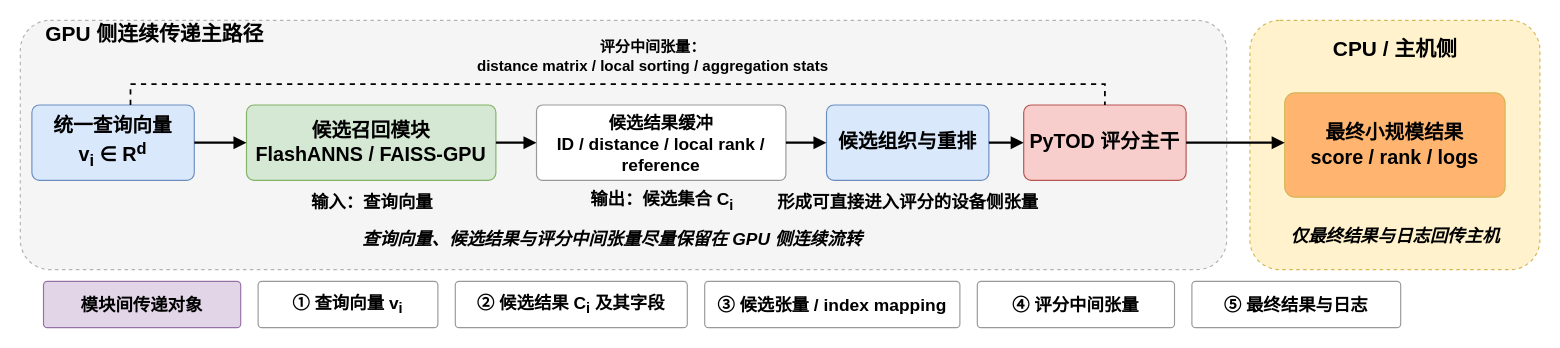
Before: figures/fig3-4_intermediate_results_transfer.drawio in HuangEven/latex-template, a draw.io diagram. Source tidied: cells renumbered, new cells numbered last; positions are measured from the earlier drawing's top-left corner, leaving out a move shared by most shapes. Both pictures are drawn from the tidied source at 116%, with x=0, y=0 at pixel (20, 20).
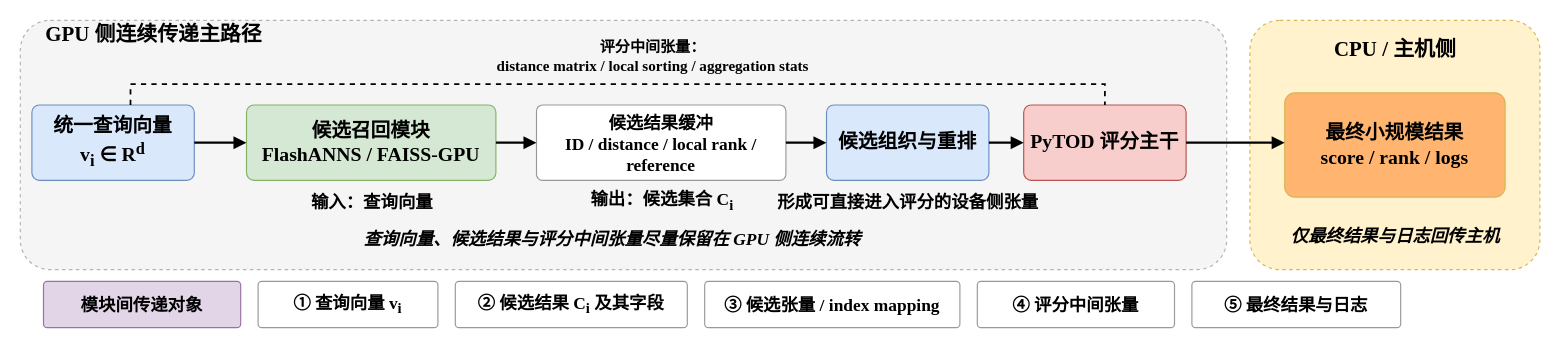
After the change.

What changed in the source:
```diff
@@
-    <mxCell id="2" style="rounded=1;whiteSpace=wrap;html=1;fillColor=#f5f5f5;strokeColor=#b3b3b3;dashed=1;arcSize=12;fontFamily=Helvetica;fontColor=#000000;fontStyle=1;" parent="1" vertex="1">
+    <mxCell id="2" style="rounded=1;whiteSpace=wrap;html=1;fillColor=#f5f5f5;strokeColor=#b3b3b3;dashed=1;arcSize=12;fontFamily=Times New Roman;fontColor=#000000;fontStyle=1;" parent="1" vertex="1">
       <mxGeometry width="1040" height="215" as="geometry" />
     </mxCell>
-    <mxCell id="3" style="rounded=1;whiteSpace=wrap;html=1;fillColor=#fff2cc;strokeColor=#d6b656;dashed=1;arcSize=12;fontFamily=Helvetica;fontColor=#000000;fontStyle=1;" parent="1" vertex="1">
+    <mxCell id="3" style="rounded=1;whiteSpace=wrap;html=1;fillColor=#fff2cc;strokeColor=#d6b656;dashed=1;arcSize=12;fontFamily=Times New Roman;fontColor=#000000;fontStyle=1;" parent="1" vertex="1">
       <mxGeometry x="1060" width="250" height="215" as="geometry" />
     </mxCell>
-    <mxCell id="4" value="&lt;font style=&quot;&quot;&gt;GPU 侧连续传递主路径&lt;/font&gt;" style="text;html=1;strokeColor=none;fillColor=none;align=left;verticalAlign=middle;fontStyle=1;fontSize=18;fontColor=#000000;fontFamily=Helvetica;" parent="1" vertex="1">
+    <mxCell id="4" value="&lt;font style=&quot;&quot;&gt;GPU 侧连续传递主路径&lt;/font&gt;" style="text;html=1;strokeColor=none;fillColor=none;align=left;verticalAlign=middle;fontStyle=1;fontSize=18;fontColor=#000000;fontFamily=Times New Roman;" parent="1" vertex="1">
       <mxGeometry x="20" width="260" height="24" as="geometry" />
     </mxCell>
-    <mxCell id="5" value="CPU / 主机侧" style="text;html=1;strokeColor=none;fillColor=none;align=center;verticalAlign=middle;fontStyle=1;fontSize=18;fontColor=#000000;fontFamily=Helvetica;" parent="1" vertex="1">
+    <mxCell id="5" value="CPU / 主机侧" style="text;html=1;strokeColor=none;fillColor=none;align=center;verticalAlign=middle;fontStyle=1;fontSize=18;fontColor=#000000;fontFamily=Times New Roman;" parent="1" vertex="1">
       <mxGeometry x="1105" y="13" width="160" height="24" as="geometry" />
     </mxCell>
-    <mxCell id="6" value="统一查询向量&lt;br&gt;&lt;span&gt;v&lt;sub&gt;i&lt;/sub&gt; ∈ R&lt;sup&gt;d&lt;/sup&gt;&lt;/span&gt;" style="rounded=1;whiteSpace=wrap;html=1;arcSize=10;fillColor=#dae8fc;strokeColor=#6c8ebf;fontSize=17;fontStyle=1;fontFamily=Helvetica;fontColor=#000000;" parent="1" vertex="1">
+    <mxCell id="6" value="统一查询向量&lt;br&gt;&lt;span&gt;v&lt;sub&gt;i&lt;/sub&gt; ∈ R&lt;sup&gt;d&lt;/sup&gt;&lt;/span&gt;" style="rounded=1;whiteSpace=wrap;html=1;arcSize=10;fillColor=#dae8fc;strokeColor=#6c8ebf;fontSize=17;fontStyle=1;fontFamily=Times New Roman;fontColor=#000000;" parent="1" vertex="1">
       <mxGeometry x="10" y="73" width="140" height="65" as="geometry" />
     </mxCell>
-    <mxCell id="7" value="候选召回模块&lt;br&gt;&lt;span&gt;FlashANNS / FAISS-GPU&lt;/span&gt;" style="rounded=1;whiteSpace=wrap;html=1;arcSize=10;fillColor=#d5e8d4;strokeColor=#82b366;fontSize=17;fontStyle=1;fontFamily=Helvetica;fontColor=#000000;" parent="1" vertex="1">
+    <mxCell id="7" value="候选召回模块&lt;br&gt;&lt;span&gt;FlashANNS / FAISS-GPU&lt;/span&gt;" style="rounded=1;whiteSpace=wrap;html=1;arcSize=10;fillColor=#d5e8d4;strokeColor=#82b366;fontSize=17;fontStyle=1;fontFamily=Times New Roman;fontColor=#000000;" parent="1" vertex="1">
       <mxGeometry x="195" y="73" width="215" height="65" as="geometry" />
     </mxCell>
-    <mxCell id="8" value="候选结果缓冲&lt;br&gt;&lt;span&gt;ID / distance / local rank / reference&lt;/span&gt;" style="rounded=1;whiteSpace=wrap;html=1;arcSize=8;fillColor=#ffffff;strokeColor=#999999;fontSize=15;fontFamily=Helvetica;fontColor=#000000;fontStyle=1;" parent="1" vertex="1">
+    <mxCell id="8" value="候选结果缓冲&lt;br&gt;&lt;span&gt;ID / distance / local rank / reference&lt;/span&gt;" style="rounded=1;whiteSpace=wrap;html=1;arcSize=8;fillColor=#ffffff;strokeColor=#999999;fontSize=15;fontFamily=Times New Roman;fontColor=#000000;fontStyle=1;" parent="1" vertex="1">
       <mxGeometry x="445" y="73" width="215" height="65" as="geometry" />
     </mxCell>
-    <mxCell id="9" value="候选组织与重排" style="rounded=1;whiteSpace=wrap;html=1;arcSize=10;fillColor=#dae8fc;strokeColor=#6c8ebf;fontSize=17;fontStyle=1;fontFamily=Helvetica;fontColor=#000000;" parent="1" vertex="1">
+    <mxCell id="9" value="候选组织与重排" style="rounded=1;whiteSpace=wrap;html=1;arcSize=10;fillColor=#dae8fc;strokeColor=#6c8ebf;fontSize=17;fontStyle=1;fontFamily=Times New Roman;fontColor=#000000;" parent="1" vertex="1">
       <mxGeometry x="695" y="73" width="140" height="65" as="geometry" />
     </mxCell>
-    <mxCell id="10" value="PyTOD 评分主干" style="rounded=1;whiteSpace=wrap;html=1;arcSize=10;fillColor=#f8cecc;strokeColor=#b85450;fontSize=17;fontStyle=1;fontFamily=Helvetica;fontColor=#000000;" parent="1" vertex="1">
+    <mxCell id="10" value="PyTOD 评分主干" style="rounded=1;whiteSpace=wrap;html=1;arcSize=10;fillColor=#f8cecc;strokeColor=#b85450;fontSize=17;fontStyle=1;fontFamily=Times New Roman;fontColor=#000000;" parent="1" vertex="1">
       <mxGeometry x="865" y="73" width="140" height="65" as="geometry" />
     </mxCell>
-    <mxCell id="11" value="最终小规模结果&lt;br&gt;&lt;span&gt;score / rank / logs&lt;/span&gt;" style="rounded=1;whiteSpace=wrap;html=1;arcSize=10;fillColor=#FFB570;strokeColor=#d6b656;fontSize=17;fontStyle=1;fontFamily=Helvetica;fontColor=#000000;" parent="1" vertex="1">
+    <mxCell id="11" value="最终小规模结果&lt;br&gt;&lt;span&gt;score / rank / logs&lt;/span&gt;" style="rounded=1;whiteSpace=wrap;html=1;arcSize=10;fillColor=#FFB570;strokeColor=#d6b656;fontSize=17;fontStyle=1;fontFamily=Times New Roman;fontColor=#000000;" parent="1" vertex="1">
       <mxGeometry x="1090" y="62.5" width="190" height="90" as="geometry" />
     </mxCell>
-    <mxCell id="12" value="输入：查询向量" style="text;html=1;strokeColor=none;fillColor=none;align=center;verticalAlign=middle;fontSize=15;fontColor=#000000;fontFamily=Helvetica;fontStyle=1;" parent="1" vertex="1">
+    <mxCell id="12" value="输入：查询向量" style="text;html=1;strokeColor=none;fillColor=none;align=center;verticalAlign=middle;fontSize=15;fontColor=#000000;fontFamily=Times New Roman;fontStyle=1;" parent="1" vertex="1">
       <mxGeometry x="200" y="145" width="205" height="22" as="geometry" />
     </mxCell>
-    <mxCell id="13" value="输出：候选集合 C&lt;sub&gt;i&lt;/sub&gt;" style="text;html=1;strokeColor=none;fillColor=none;align=center;verticalAlign=middle;fontSize=15;fontColor=#000000;fontFamily=Helvetica;fontStyle=1;" parent="1" vertex="1">
+    <mxCell id="13" value="输出：候选集合 C&lt;sub&gt;i&lt;/sub&gt;" style="text;html=1;strokeColor=none;fillColor=none;align=center;verticalAlign=middle;fontSize=15;fontColor=#000000;fontFamily=Times New Roman;fontStyle=1;" parent="1" vertex="1">
       <mxGeometry x="462.5" y="145" width="180" height="22" as="geometry" />
     </mxCell>
-    <mxCell id="14" value="形成可直接进入评分的设备侧张量" style="text;html=1;strokeColor=none;fillColor=none;align=center;verticalAlign=middle;fontSize=15;fontColor=#000000;fontFamily=Helvetica;fontStyle=1;" parent="1" vertex="1">
+    <mxCell id="14" value="形成可直接进入评分的设备侧张量" style="text;html=1;strokeColor=none;fillColor=none;align=center;verticalAlign=middle;fontSize=15;fontColor=#000000;fontFamily=Times New Roman;fontStyle=1;" parent="1" vertex="1">
       <mxGeometry x="640" y="145" width="250" height="22" as="geometry" />
     </mxCell>
-    <mxCell id="15" value="&lt;span&gt;评分中间张量：&lt;/span&gt;&lt;div&gt;&lt;span&gt;distance matrix / local sorting / aggregation stats&lt;/span&gt;&lt;/div&gt;" style="text;html=1;strokeColor=none;fillColor=none;align=center;verticalAlign=middle;fontSize=13;fontColor=#000000;fontFamily=Helvetica;fontStyle=1;" parent="1" vertex="1">
+    <mxCell id="15" value="&lt;span&gt;评分中间张量：&lt;/span&gt;&lt;div&gt;&lt;span&gt;distance matrix / local sorting / aggregation stats&lt;/span&gt;&lt;/div&gt;" style="text;html=1;strokeColor=none;fillColor=none;align=center;verticalAlign=middle;fontSize=13;fontColor=#000000;fontFamily=Times New Roman;fontStyle=1;" parent="1" vertex="1">
       <mxGeometry x="395" y="13" width="300" height="36" as="geometry" />
     </mxCell>
-    <mxCell id="16" value="查询向量、候选结果与评分中间张量尽量保留在 GPU 侧连续流转" style="text;html=1;strokeColor=none;fillColor=none;align=center;verticalAlign=middle;fontSize=15;fontColor=#000000;fontStyle=3;fontFamily=Helvetica;" parent="1" vertex="1">
+    <mxCell id="16" value="查询向量、候选结果与评分中间张量尽量保留在 GPU 侧连续流转" style="text;html=1;strokeColor=none;fillColor=none;align=center;verticalAlign=middle;fontSize=15;fontColor=#000000;fontStyle=3;fontFamily=Times New Roman;" parent="1" vertex="1">
       <mxGeometry x="185" y="175" width="650" height="26" as="geometry" />
     </mxCell>
-    <mxCell id="17" value="仅最终结果与日志回传主机" style="text;html=1;strokeColor=none;fillColor=none;align=center;verticalAlign=middle;fontSize=15;fontColor=#000000;fontStyle=3;fontFamily=Helvetica;" parent="1" vertex="1">
+    <mxCell id="17" value="仅最终结果与日志回传主机" style="text;html=1;strokeColor=none;fillColor=none;align=center;verticalAlign=middle;fontSize=15;fontColor=#000000;fontStyle=3;fontFamily=Times New Roman;" parent="1" vertex="1">
       <mxGeometry x="1075" y="173" width="220" height="26" as="geometry" />
     </mxCell>
-    <mxCell id="18" style="edgeStyle=orthogonalEdgeStyle;rounded=0;jettySize=auto;html=1;strokeWidth=2;endArrow=block;endFill=1;strokeColor=#000000;fontFamily=Helvetica;fontColor=#000000;fontStyle=1;" parent="1" edge="1" source="6" target="7">
+    <mxCell id="18" style="edgeStyle=orthogonalEdgeStyle;rounded=0;jettySize=auto;html=1;strokeWidth=2;endArrow=block;endFill=1;strokeColor=#000000;fontFamily=Times New Roman;fontColor=#000000;fontStyle=1;" parent="1" edge="1" source="6" target="7">
       <mxGeometry relative="1" as="geometry" />
     </mxCell>
-    <mxCell id="19" style="edgeStyle=orthogonalEdgeStyle;rounded=0;jettySize=auto;html=1;strokeWidth=2;endArrow=block;endFill=1;strokeColor=#000000;fontFamily=Helvetica;fontColor=#000000;fontStyle=1;" parent="1" edge="1" source="7" target="8">
+    <mxCell id="19" style="edgeStyle=orthogonalEdgeStyle;rounded=0;jettySize=auto;html=1;strokeWidth=2;endArrow=block;endFill=1;strokeColor=#000000;fontFamily=Times New Roman;fontColor=#000000;fontStyle=1;" parent="1" edge="1" source="7" target="8">
       <mxGeometry relative="1" as="geometry" />
     </mxCell>
-    <mxCell id="20" style="edgeStyle=orthogonalEdgeStyle;rounded=0;jettySize=auto;html=1;strokeWidth=2;endArrow=block;endFill=1;strokeColor=#000000;fontFamily=Helvetica;fontColor=#000000;fontStyle=1;" parent="1" edge="1" source="8" target="9">
+    <mxCell id="20" style="edgeStyle=orthogonalEdgeStyle;rounded=0;jettySize=auto;html=1;strokeWidth=2;endArrow=block;endFill=1;strokeColor=#000000;fontFamily=Times New Roman;fontColor=#000000;fontStyle=1;" parent="1" edge="1" source="8" target="9">
       <mxGeometry relative="1" as="geometry" />
     </mxCell>
-    <mxCell id="21" style="edgeStyle=orthogonalEdgeStyle;rounded=0;jettySize=auto;html=1;strokeWidth=2;endArrow=block;endFill=1;strokeColor=#000000;fontFamily=Helvetica;fontColor=#000000;fontStyle=1;" parent="1" edge="1" source="9" target="10">
+    <mxCell id="21" style="edgeStyle=orthogonalEdgeStyle;rounded=0;jettySize=auto;html=1;strokeWidth=2;endArrow=block;endFill=1;strokeColor=#000000;fontFamily=Times New Roman;fontColor=#000000;fontStyle=1;" parent="1" edge="1" source="9" target="10">
       <mxGeometry relative="1" as="geometry" />
     </mxCell>
-    <mxCell id="22" style="edgeStyle=orthogonalEdgeStyle;rounded=0;jettySize=auto;html=1;strokeWidth=2;endArrow=block;endFill=1;strokeColor=#000000;exitX=1;exitY=0.5;exitDx=0;exitDy=0;fontFamily=Helvetica;fontColor=#000000;fontStyle=1;" parent="1" edge="1" source="10" target="11">
+    <mxCell id="22" style="edgeStyle=orthogonalEdgeStyle;rounded=0;jettySize=auto;html=1;strokeWidth=2;endArrow=block;endFill=1;strokeColor=#000000;exitX=1;exitY=0.5;exitDx=0;exitDy=0;fontFamily=Times New Roman;fontColor=#000000;fontStyle=1;" parent="1" edge="1" source="10" target="11">
       <mxGeometry relative="1" as="geometry">
         <Array as="points">
           <mxPoint x="1050" y="106" />
           <mxPoint x="1050" y="106" />
         </Array>
       </mxGeometry>
     </mxCell>
-    <mxCell id="23" style="edgeStyle=orthogonalEdgeStyle;rounded=0;jettySize=auto;html=1;strokeWidth=1.5;dashed=1;endArrow=none;strokeColor=#000000;fontFamily=Helvetica;fontColor=#000000;fontStyle=1;" parent="1" edge="1" source="6" target="10">
+    <mxCell id="23" style="edgeStyle=orthogonalEdgeStyle;rounded=0;jettySize=auto;html=1;strokeWidth=1.5;dashed=1;endArrow=none;strokeColor=#000000;fontFamily=Times New Roman;fontColor=#000000;fontStyle=1;" parent="1" edge="1" source="6" target="10">
       <mxGeometry relative="1" as="geometry">
         <Array as="points">
           <mxPoint x="95" y="55" />
           <mxPoint x="935" y="55" />
         </Array>
       </mxGeometry>
     </mxCell>
-    <mxCell id="24" value="模块间传递对象" style="rounded=1;whiteSpace=wrap;html=1;arcSize=8;fillColor=#e1d5e7;strokeColor=#9673a6;fontSize=15;fontStyle=1;fontFamily=Helvetica;fontColor=#000000;" parent="1" vertex="1">
+    <mxCell id="24" value="模块间传递对象" style="rounded=1;whiteSpace=wrap;html=1;arcSize=8;fillColor=#e1d5e7;strokeColor=#9673a6;fontSize=15;fontStyle=1;fontFamily=Times New Roman;fontColor=#000000;" parent="1" vertex="1">
       <mxGeometry x="20" y="225" width="170" height="40" as="geometry" />
     </mxCell>
-    <mxCell id="25" value="① 查询向量 v&lt;sub&gt;i&lt;/sub&gt;" style="rounded=1;whiteSpace=wrap;html=1;arcSize=8;fillColor=#ffffff;strokeColor=#999999;fontSize=15;fontFamily=Helvetica;fontColor=#000000;fontStyle=1;" parent="1" vertex="1">
+    <mxCell id="25" value="① 查询向量 v&lt;sub&gt;i&lt;/sub&gt;" style="rounded=1;whiteSpace=wrap;html=1;arcSize=8;fillColor=#ffffff;strokeColor=#999999;fontSize=15;fontFamily=Times New Roman;fontColor=#000000;fontStyle=1;" parent="1" vertex="1">
       <mxGeometry x="205" y="225" width="155" height="40" as="geometry" />
     </mxCell>
-    <mxCell id="26" value="② 候选结果 C&lt;sub&gt;i&lt;/sub&gt; 及其字段" style="rounded=1;whiteSpace=wrap;html=1;arcSize=8;fillColor=#ffffff;strokeColor=#999999;fontSize=15;fontFamily=Helvetica;fontColor=#000000;fontStyle=1;" parent="1" vertex="1">
+    <mxCell id="26" value="② 候选结果 C&lt;sub&gt;i&lt;/sub&gt; 及其字段" style="rounded=1;whiteSpace=wrap;html=1;arcSize=8;fillColor=#ffffff;strokeColor=#999999;fontSize=15;fontFamily=Times New Roman;fontColor=#000000;fontStyle=1;" parent="1" vertex="1">
       <mxGeometry x="375" y="225" width="200" height="40" as="geometry" />
     </mxCell>
-    <mxCell id="27" value="③ 候选张量 / index mapping" style="rounded=1;whiteSpace=wrap;html=1;arcSize=8;fillColor=#ffffff;strokeColor=#999999;fontSize=15;fontFamily=Helvetica;fontColor=#000000;fontStyle=1;" parent="1" vertex="1">
+    <mxCell id="27" value="③ 候选张量 / index mapping" style="rounded=1;whiteSpace=wrap;html=1;arcSize=8;fillColor=#ffffff;strokeColor=#999999;fontSize=15;fontFamily=Times New Roman;fontColor=#000000;fontStyle=1;" parent="1" vertex="1">
       <mxGeometry x="590" y="225" width="220" height="40" as="geometry" />
     </mxCell>
-    <mxCell id="28" value="④ 评分中间张量" style="rounded=1;whiteSpace=wrap;html=1;arcSize=8;fillColor=#ffffff;strokeColor=#999999;fontSize=15;fontFamily=Helvetica;fontColor=#000000;fontStyle=1;" parent="1" vertex="1">
+    <mxCell id="28" value="④ 评分中间张量" style="rounded=1;whiteSpace=wrap;html=1;arcSize=8;fillColor=#ffffff;strokeColor=#999999;fontSize=15;fontFamily=Times New Roman;fontColor=#000000;fontStyle=1;" parent="1" vertex="1">
       <mxGeometry x="825" y="225" width="170" height="40" as="geometry" />
     </mxCell>
-    <mxCell id="29" value="⑤ 最终结果与日志" style="rounded=1;whiteSpace=wrap;html=1;arcSize=8;fillColor=#ffffff;strokeColor=#999999;fontSize=15;fontFamily=Helvetica;fontColor=#000000;fontStyle=1;" parent="1" vertex="1">
+    <mxCell id="29" value="⑤ 最终结果与日志" style="rounded=1;whiteSpace=wrap;html=1;arcSize=8;fillColor=#ffffff;strokeColor=#999999;fontSize=15;fontFamily=Times New Roman;fontColor=#000000;fontStyle=1;" parent="1" vertex="1">
       <mxGeometry x="1010" y="225" width="180" height="40" as="geometry" />
     </mxCell>
```
